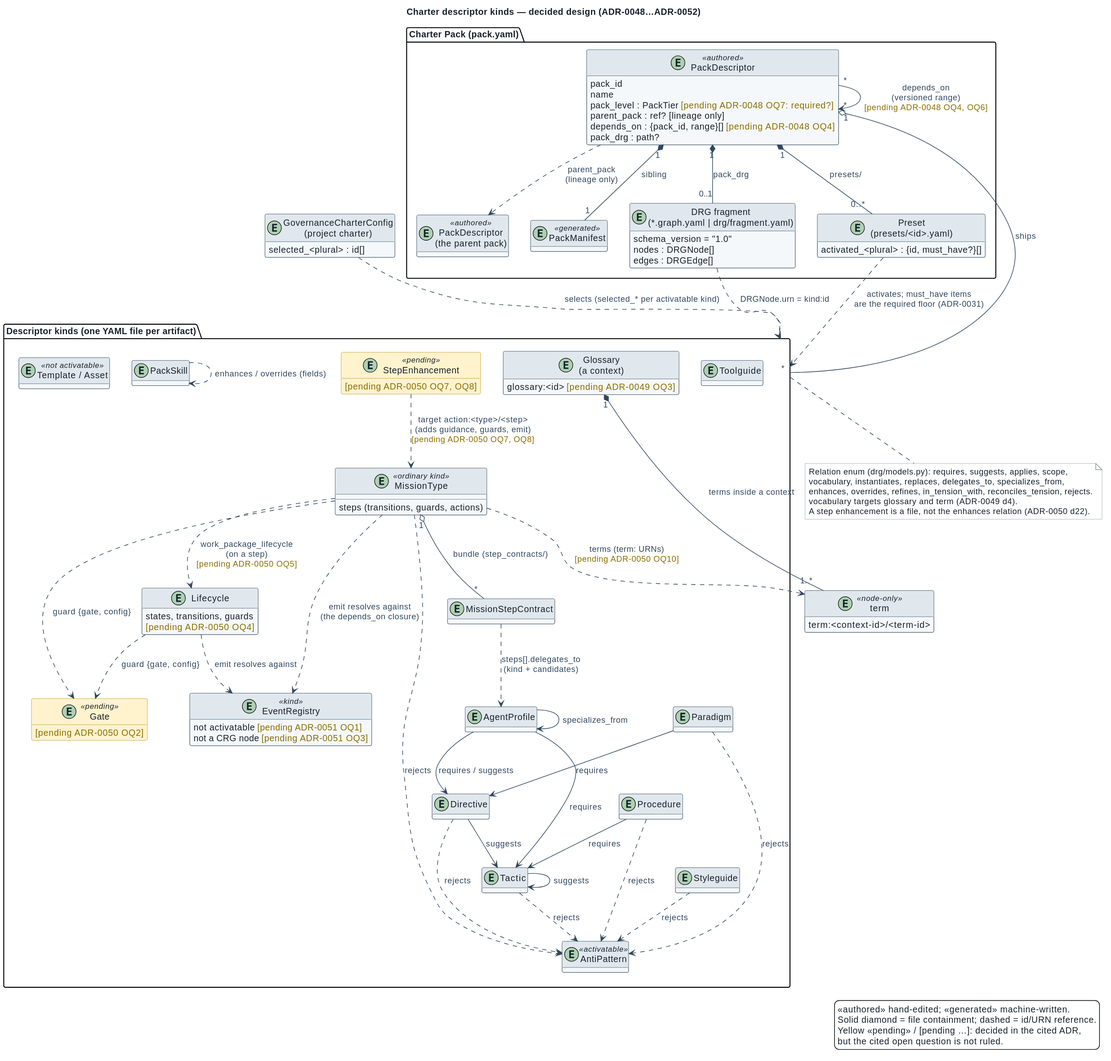
This is docs/architecture/diagrams/descriptor-kinds-overview.svg from spec-kitty/spec-kitty-charter, a PlantUML export, as it was before one commit.
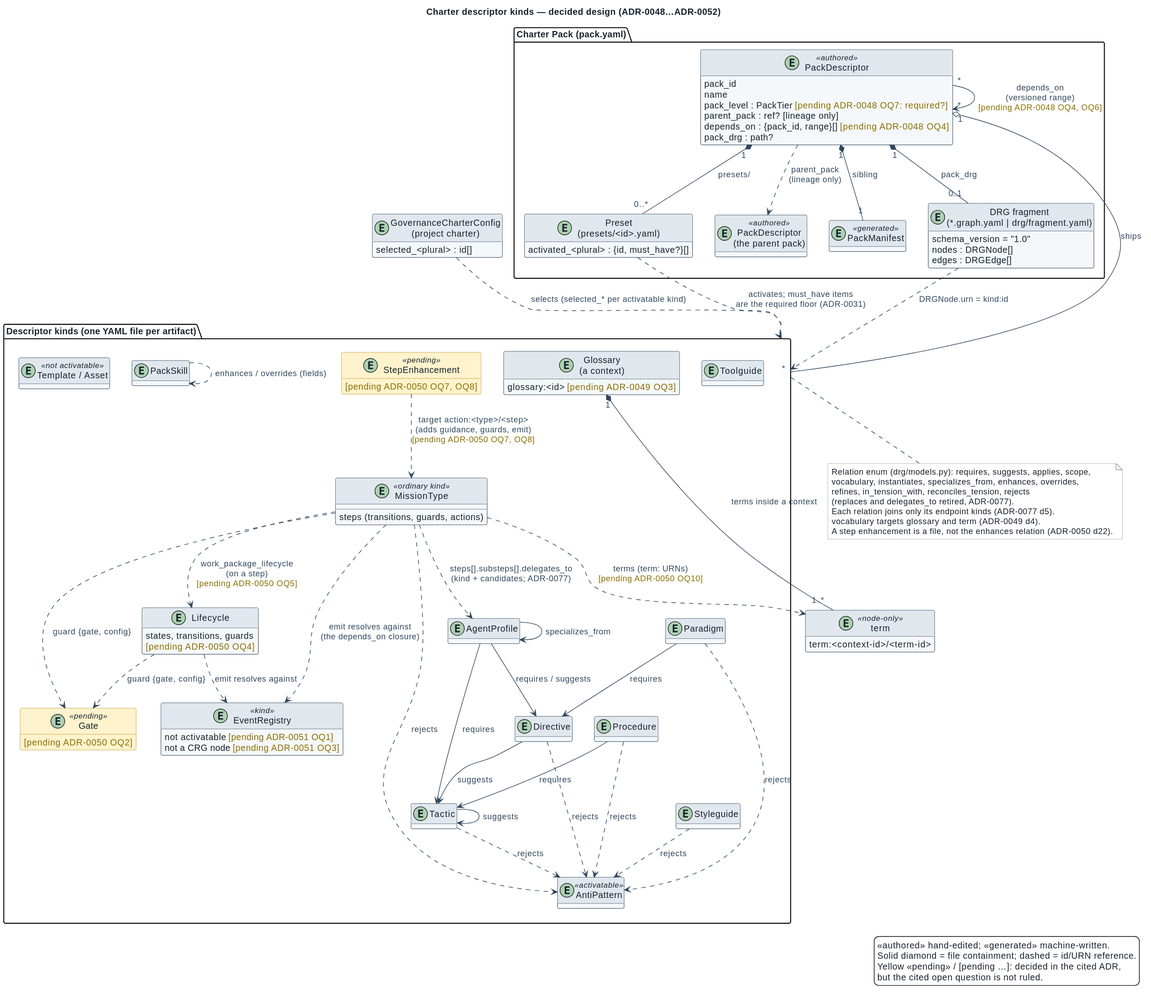
The same diagram one commit later.

Change to the diagram source:
```diff
@@ -31,7 +31,6 @@
   entity Toolguide
   entity Procedure
   entity AgentProfile
-  entity MissionStepContract
   entity MissionType <<ordinary kind>> {
     steps (transitions, guards, actions)
   }
@@ -75,7 +74,6 @@
 PS ..> kinds : activates; must_have items\nare the required floor (ADR-0031)
 GC ..> kinds : selects (selected_* per activatable kind)
 
-MissionType "1" o-- "*" MissionStepContract : bundle (step_contracts/)
 MissionType ..> Lifecycle : work_package_lifecycle\n(on a step)\n<color:#8A6D00>[pending ADR-0050 OQ5]</color>
 MissionType ..> Gate : guard {gate, config}
 Lifecycle ..> Gate : guard {gate, config}
@@ -98,13 +96,15 @@
 Procedure --> Tactic : requires
 Paradigm --> Directive : requires
 AgentProfile --> AgentProfile : specializes_from
-MissionStepContract ..> AgentProfile : steps[].delegates_to\n(kind + candidates)
+MissionType ..> AgentProfile : steps[].substeps[].delegates_to\n(kind + candidates; ADR-0077)
 PackSkill ..> PackSkill : enhances / overrides (fields)
 
 note bottom of kinds
   Relation enum (drg/models.py): requires, suggests, applies, scope,
-  vocabulary, instantiates, replaces, delegates_to, specializes_from,
-  enhances, overrides, refines, in_tension_with, reconciles_tension, rejects.
+  vocabulary, instantiates, specializes_from, enhances, overrides,
+  refines, in_tension_with, reconciles_tension, rejects
+  (replaces and delegates_to retired, ADR-0077).
+  Each relation joins only its endpoint kinds (ADR-0077 d5).
   vocabulary targets glossary and term (ADR-0049 d4).
   A step enhancement is a file, not the enhances relation (ADR-0050 d22).
 end note
```
